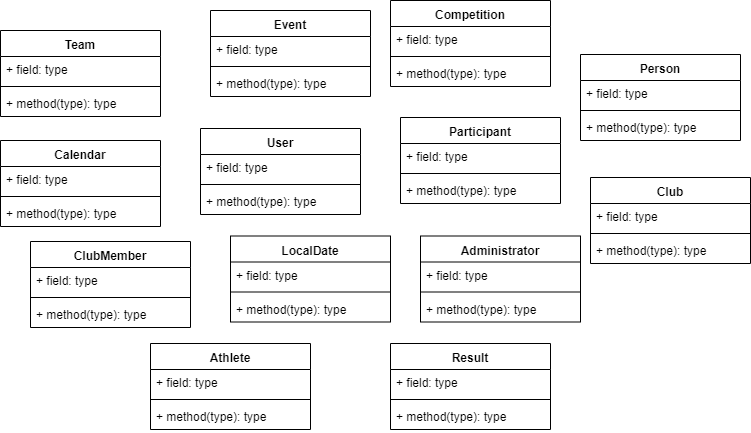
skarning/software-engineering-gr14-project keeps this draw.io diagram as diagrams/class/uml-class-diagram-application.png. Above is the earlier version. Source tidied: cells renumbered, new cells last; positions are measured from the earlier drawing's top-left corner, leaving out a move shared by most shapes.
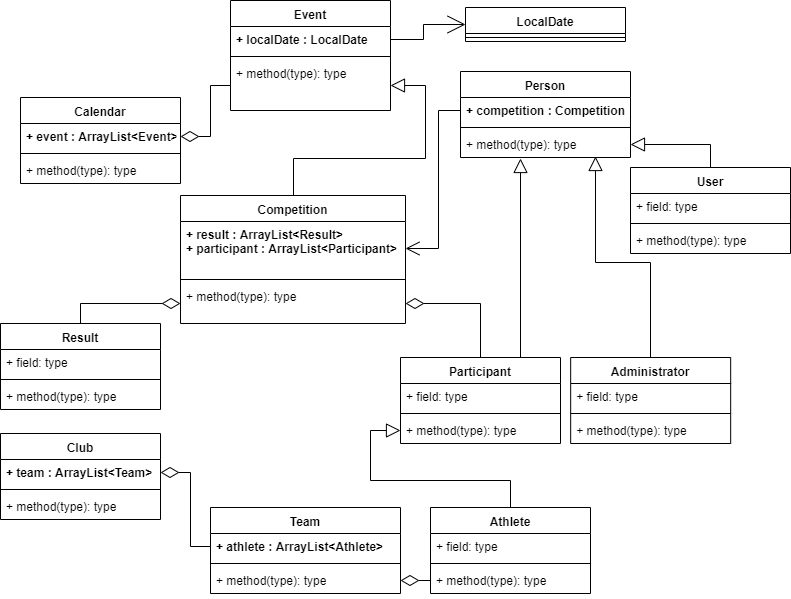
The same diagram one commit later.

Commit message:
Add relations (UML arrows) between classes

so that it gets easier to implement code

Diff of the diagram source:
```diff
@@ -2,8 +2,11 @@
   <root>
     <mxCell id="0" />
     <mxCell id="1" parent="0" />
+    <mxCell id="54" style="edgeStyle=orthogonalEdgeStyle;rounded=0;jettySize=auto;html=1;entryX=1;entryY=0.5;entryDx=0;entryDy=0;startArrow=none;startFill=0;startSize=6;endArrow=block;endFill=0;endSize=12;strokeWidth=1;" parent="1" edge="1" source="2" target="49">
+      <mxGeometry relative="1" as="geometry" />
+    </mxCell>
     <mxCell id="2" value="User" style="swimlane;fontStyle=1;align=center;verticalAlign=top;horizontal=1;startSize=26;" parent="1" vertex="1">
-      <mxGeometry x="200" y="128" width="160" height="86" as="geometry" />
+      <mxGeometry x="610" y="210" width="160" height="86" as="geometry" />
     </mxCell>
     <mxCell id="3" value="+ field: type" style="text;strokeColor=none;fillColor=none;align=left;verticalAlign=top;spacingLeft=4;spacingRight=4;overflow=hidden;" parent="2" vertex="1">
       <mxGeometry y="26" width="160" height="26" as="geometry" />
@@ -14,8 +17,11 @@
     <mxCell id="5" value="+ method(type): type" style="text;strokeColor=none;fillColor=none;align=left;verticalAlign=top;spacingLeft=4;spacingRight=4;overflow=hidden;" parent="2" vertex="1">
       <mxGeometry y="60" width="160" height="26" as="geometry" />
     </mxCell>
+    <mxCell id="55" style="edgeStyle=orthogonalEdgeStyle;rounded=0;jettySize=auto;html=1;exitX=0.5;exitY=0;exitDx=0;exitDy=0;endArrow=block;endFill=0;entryX=0;entryY=0.5;entryDx=0;entryDy=0;endSize=12;" parent="1" edge="1" source="6" target="45">
+      <mxGeometry relative="1" as="geometry" />
+    </mxCell>
     <mxCell id="6" value="Athlete" style="swimlane;fontStyle=1;align=center;verticalAlign=top;horizontal=1;startSize=26;" parent="1" vertex="1">
-      <mxGeometry x="150" y="343" width="160" height="86" as="geometry" />
+      <mxGeometry x="410" y="550" width="160" height="86" as="geometry" />
     </mxCell>
     <mxCell id="7" value="+ field: type" style="text;strokeColor=none;fillColor=none;align=left;verticalAlign=top;spacingLeft=4;spacingRight=4;overflow=hidden;" parent="6" vertex="1">
       <mxGeometry y="26" width="160" height="26" as="geometry" />
@@ -27,9 +33,9 @@
       <mxGeometry y="60" width="160" height="26" as="geometry" />
     </mxCell>
     <mxCell id="10" value="Club" style="swimlane;fontStyle=1;align=center;verticalAlign=top;horizontal=1;startSize=26;" parent="1" vertex="1">
-      <mxGeometry x="590" y="177" width="160" height="86" as="geometry" />
+      <mxGeometry x="-20" y="476" width="160" height="86" as="geometry" />
     </mxCell>
-    <mxCell id="11" value="+ field: type" style="text;strokeColor=none;fillColor=none;align=left;verticalAlign=top;spacingLeft=4;spacingRight=4;overflow=hidden;points=[[0,0.5],[1,0.5]];portConstraint=eastwest;" parent="10" vertex="1">
+    <mxCell id="11" value="+ team : ArrayList&lt;Team&gt;" style="text;strokeColor=none;fillColor=none;align=left;verticalAlign=top;spacingLeft=4;spacingRight=4;overflow=hidden;points=[[0,0.5],[1,0.5]];portConstraint=eastwest;fontStyle=1;" parent="10" vertex="1">
       <mxGeometry y="26" width="160" height="26" as="geometry" />
     </mxCell>
     <mxCell id="12" style="line;strokeWidth=1;fillColor=none;align=left;verticalAlign=middle;spacingTop=-1;spacingLeft=3;spacingRight=3;labelPosition=right;" parent="10" vertex="1">
@@ -38,8 +44,11 @@
     <mxCell id="13" value="+ method(type): type" style="text;strokeColor=none;fillColor=none;align=left;verticalAlign=top;spacingLeft=4;spacingRight=4;overflow=hidden;" parent="10" vertex="1">
       <mxGeometry y="60" width="160" height="26" as="geometry" />
     </mxCell>
+    <mxCell id="56" style="edgeStyle=orthogonalEdgeStyle;rounded=0;jettySize=auto;html=1;exitX=0.5;exitY=0;exitDx=0;exitDy=0;entryX=0.796;entryY=0.962;entryDx=0;entryDy=0;entryPerimeter=0;endArrow=block;endFill=0;endSize=12;" parent="1" edge="1" source="14" target="49">
+      <mxGeometry relative="1" as="geometry" />
+    </mxCell>
     <mxCell id="14" value="Administrator" style="swimlane;fontStyle=1;align=center;verticalAlign=top;horizontal=1;startSize=26;" parent="1" vertex="1">
-      <mxGeometry x="420" y="235.5" width="160" height="86" as="geometry" />
+      <mxGeometry x="550.2" y="400" width="160" height="86" as="geometry" />
     </mxCell>
     <mxCell id="15" value="+ field: type" style="text;strokeColor=none;fillColor=none;align=left;verticalAlign=top;spacingLeft=4;spacingRight=4;overflow=hidden;" parent="14" vertex="1">
       <mxGeometry y="26" width="160" height="26" as="geometry" />
@@ -53,7 +62,7 @@
     <mxCell id="18" value="Calendar" style="swimlane;fontStyle=1;align=center;verticalAlign=top;horizontal=1;startSize=26;" parent="1" vertex="1">
       <mxGeometry y="140" width="160" height="86" as="geometry" />
     </mxCell>
-    <mxCell id="19" value="+ field: type" style="text;strokeColor=none;fillColor=none;align=left;verticalAlign=top;spacingLeft=4;spacingRight=4;overflow=hidden;points=[[0,0.5],[1,0.5]];portConstraint=eastwest;" parent="18" vertex="1">
+    <mxCell id="19" value="+ event : ArrayList&lt;Event&gt;" style="text;strokeColor=none;fillColor=none;align=left;verticalAlign=top;spacingLeft=4;spacingRight=4;overflow=hidden;points=[[0,0.5],[1,0.5]];portConstraint=eastwest;fontStyle=1;" parent="18" vertex="1">
       <mxGeometry y="26" width="160" height="26" as="geometry" />
     </mxCell>
     <mxCell id="20" style="line;strokeWidth=1;fillColor=none;align=left;verticalAlign=middle;spacingTop=-1;spacingLeft=3;spacingRight=3;labelPosition=right;" parent="18" vertex="1">
@@ -63,67 +72,60 @@
       <mxGeometry y="60" width="160" height="26" as="geometry" />
     </mxCell>
     <mxCell id="22" value="Event" style="swimlane;fontStyle=1;align=center;verticalAlign=top;horizontal=1;startSize=26;" parent="1" vertex="1">
-      <mxGeometry x="210" y="10" width="160" height="86" as="geometry" />
+      <mxGeometry x="210" y="43" width="160" height="110" as="geometry" />
     </mxCell>
-    <mxCell id="23" value="+ field: type" style="text;strokeColor=none;fillColor=none;align=left;verticalAlign=top;spacingLeft=4;spacingRight=4;overflow=hidden;points=[[0,0.5],[1,0.5]];portConstraint=eastwest;" parent="22" vertex="1">
+    <mxCell id="23" value="+ localDate : LocalDate" style="text;strokeColor=none;fillColor=none;align=left;verticalAlign=top;spacingLeft=4;spacingRight=4;overflow=hidden;points=[[0,0.5],[1,0.5]];portConstraint=eastwest;fontStyle=1;" parent="22" vertex="1">
       <mxGeometry y="26" width="160" height="26" as="geometry" />
     </mxCell>
     <mxCell id="24" style="line;strokeWidth=1;fillColor=none;align=left;verticalAlign=middle;spacingTop=-1;spacingLeft=3;spacingRight=3;labelPosition=right;" parent="22" vertex="1">
       <mxGeometry y="52" width="160" height="8" as="geometry" />
     </mxCell>
     <mxCell id="25" value="+ method(type): type" style="text;strokeColor=none;fillColor=none;align=left;verticalAlign=top;spacingLeft=4;spacingRight=4;overflow=hidden;points=[[0,0.5],[1,0.5]];portConstraint=eastwest;" parent="22" vertex="1">
-      <mxGeometry y="60" width="160" height="26" as="geometry" />
+      <mxGeometry y="60" width="160" height="50" as="geometry" />
     </mxCell>
-    <mxCell id="26" value="ClubMember" style="swimlane;fontStyle=1;align=center;verticalAlign=top;horizontal=1;startSize=26;" parent="1" vertex="1">
-      <mxGeometry x="30" y="241" width="160" height="86" as="geometry" />
-    </mxCell>
-    <mxCell id="27" value="+ field: type" style="text;strokeColor=none;fillColor=none;align=left;verticalAlign=top;spacingLeft=4;spacingRight=4;overflow=hidden;" parent="26" vertex="1">
-      <mxGeometry y="26" width="160" height="26" as="geometry" />
-    </mxCell>
-    <mxCell id="28" style="line;strokeWidth=1;fillColor=none;align=left;verticalAlign=middle;spacingTop=-1;spacingLeft=3;spacingRight=3;labelPosition=right;" parent="26" vertex="1">
-      <mxGeometry y="52" width="160" height="8" as="geometry" />
-    </mxCell>
-    <mxCell id="29" value="+ method(type): type" style="text;strokeColor=none;fillColor=none;align=left;verticalAlign=top;spacingLeft=4;spacingRight=4;overflow=hidden;" parent="26" vertex="1">
-      <mxGeometry y="60" width="160" height="26" as="geometry" />
-    </mxCell>
     <mxCell id="30" value="Team" style="swimlane;fontStyle=1;align=center;verticalAlign=top;horizontal=1;startSize=26;" parent="1" vertex="1">
-      <mxGeometry y="30" width="160" height="86" as="geometry" />
+      <mxGeometry x="190" y="550" width="190" height="86" as="geometry" />
     </mxCell>
-    <mxCell id="31" value="+ field: type" style="text;strokeColor=none;fillColor=none;align=left;verticalAlign=top;spacingLeft=4;spacingRight=4;overflow=hidden;points=[[0,0.5],[1,0.5]];portConstraint=eastwest;" parent="30" vertex="1">
-      <mxGeometry y="26" width="160" height="26" as="geometry" />
+    <mxCell id="31" value="+ athlete : ArrayList&lt;Athlete&gt;" style="text;strokeColor=none;fillColor=none;align=left;verticalAlign=top;spacingLeft=4;spacingRight=4;overflow=hidden;points=[[0,0.5],[1,0.5]];portConstraint=eastwest;fontStyle=1;" parent="30" vertex="1">
+      <mxGeometry y="26" width="190" height="26" as="geometry" />
     </mxCell>
     <mxCell id="32" style="line;strokeWidth=1;fillColor=none;align=left;verticalAlign=middle;spacingTop=-1;spacingLeft=3;spacingRight=3;labelPosition=right;" parent="30" vertex="1">
-      <mxGeometry y="52" width="160" height="8" as="geometry" />
+      <mxGeometry y="52" width="190" height="8" as="geometry" />
     </mxCell>
     <mxCell id="33" value="+ method(type): type" style="text;strokeColor=none;fillColor=none;align=left;verticalAlign=top;spacingLeft=4;spacingRight=4;overflow=hidden;points=[[0,0.5],[1,0.5]];portConstraint=eastwest;" parent="30" vertex="1">
-      <mxGeometry y="60" width="160" height="26" as="geometry" />
+      <mxGeometry y="60" width="190" height="26" as="geometry" />
     </mxCell>
     <mxCell id="34" value="LocalDate" style="swimlane;fontStyle=1;align=center;verticalAlign=top;horizontal=1;startSize=26;" parent="1" vertex="1">
-      <mxGeometry x="230" y="235.5" width="160" height="86" as="geometry" />
+      <mxGeometry x="445" y="50" width="160" height="34" as="geometry" />
     </mxCell>
-    <mxCell id="35" value="+ field: type" style="text;strokeColor=none;fillColor=none;align=left;verticalAlign=top;spacingLeft=4;spacingRight=4;overflow=hidden;" parent="34" vertex="1">
-      <mxGeometry y="26" width="160" height="26" as="geometry" />
-    </mxCell>
     <mxCell id="36" style="line;strokeWidth=1;fillColor=none;align=left;verticalAlign=middle;spacingTop=-1;spacingLeft=3;spacingRight=3;labelPosition=right;" parent="34" vertex="1">
-      <mxGeometry y="52" width="160" height="8" as="geometry" />
+      <mxGeometry y="26" width="160" height="8" as="geometry" />
     </mxCell>
-    <mxCell id="37" value="+ method(type): type" style="text;strokeColor=none;fillColor=none;align=left;verticalAlign=top;spacingLeft=4;spacingRight=4;overflow=hidden;" parent="34" vertex="1">
-      <mxGeometry y="60" width="160" height="26" as="geometry" />
-    </mxCell>
+    <mxCell id="57" style="edgeStyle=orthogonalEdgeStyle;rounded=0;jettySize=auto;html=1;exitX=0.5;exitY=0;exitDx=0;exitDy=0;entryX=1;entryY=0.5;entryDx=0;entryDy=0;startArrow=none;startFill=0;startSize=6;endArrow=block;endFill=0;endSize=12;strokeWidth=1;" parent="1" edge="1" source="38" target="25">
+      <mxGeometry relative="1" as="geometry" />
+    </mxCell>
     <mxCell id="38" value="Competition" style="swimlane;fontStyle=1;align=center;verticalAlign=top;horizontal=1;startSize=26;" parent="1" vertex="1">
-      <mxGeometry x="390" width="160" height="86" as="geometry" />
+      <mxGeometry x="160" y="238" width="225" height="128" as="geometry" />
     </mxCell>
-    <mxCell id="39" value="+ field: type" style="text;strokeColor=none;fillColor=none;align=left;verticalAlign=top;spacingLeft=4;spacingRight=4;overflow=hidden;points=[[0,0.5],[1,0.5]];portConstraint=eastwest;" parent="38" vertex="1">
-      <mxGeometry y="26" width="160" height="26" as="geometry" />
+    <mxCell id="39" value="+ result : ArrayList&lt;Result&gt;&#10;+ participant : ArrayList&lt;Participant&gt;&#10;" style="text;strokeColor=none;fillColor=none;align=left;verticalAlign=top;spacingLeft=4;spacingRight=4;overflow=hidden;points=[[0,0.5],[1,0.5]];portConstraint=eastwest;fontStyle=1;" parent="38" vertex="1">
+      <mxGeometry y="26" width="225" height="54" as="geometry" />
     </mxCell>
     <mxCell id="40" style="line;strokeWidth=1;fillColor=none;align=left;verticalAlign=middle;spacingTop=-1;spacingLeft=3;spacingRight=3;labelPosition=right;" parent="38" vertex="1">
-      <mxGeometry y="52" width="160" height="8" as="geometry" />
+      <mxGeometry y="80" width="225" height="8" as="geometry" />
     </mxCell>
     <mxCell id="41" value="+ method(type): type" style="text;strokeColor=none;fillColor=none;align=left;verticalAlign=top;spacingLeft=4;spacingRight=4;overflow=hidden;points=[[0,0.5],[1,0.5]];portConstraint=eastwest;" parent="38" vertex="1">
-      <mxGeometry y="60" width="160" height="26" as="geometry" />
+      <mxGeometry y="88" width="225" height="40" as="geometry" />
     </mxCell>
+    <mxCell id="58" style="edgeStyle=orthogonalEdgeStyle;rounded=0;jettySize=auto;html=1;exitX=0.75;exitY=0;exitDx=0;exitDy=0;endArrow=block;endFill=0;endSize=12;" parent="1" edge="1" source="42">
+      <mxGeometry relative="1" as="geometry">
+        <mxPoint x="500" y="201" as="targetPoint" />
+      </mxGeometry>
+    </mxCell>
+    <mxCell id="59" style="edgeStyle=orthogonalEdgeStyle;rounded=0;jettySize=auto;html=1;exitX=0.5;exitY=0;exitDx=0;exitDy=0;entryX=1;entryY=0.5;entryDx=0;entryDy=0;startArrow=none;startFill=0;startSize=6;endArrow=diamondThin;endFill=0;endSize=16;strokeWidth=1;" parent="1" edge="1" source="42" target="41">
+      <mxGeometry relative="1" as="geometry" />
+    </mxCell>
     <mxCell id="42" value="Participant" style="swimlane;fontStyle=1;align=center;verticalAlign=top;horizontal=1;startSize=26;" parent="1" vertex="1">
-      <mxGeometry x="400" y="117" width="160" height="86" as="geometry" />
+      <mxGeometry x="380" y="400" width="160" height="86" as="geometry" />
     </mxCell>
     <mxCell id="43" value="+ field: type" style="text;strokeColor=none;fillColor=none;align=left;verticalAlign=top;spacingLeft=4;spacingRight=4;overflow=hidden;" parent="42" vertex="1">
       <mxGeometry y="26" width="160" height="26" as="geometry" />
@@ -135,19 +137,22 @@
       <mxGeometry y="60" width="160" height="26" as="geometry" />
     </mxCell>
     <mxCell id="46" value="Person" style="swimlane;fontStyle=1;align=center;verticalAlign=top;horizontal=1;startSize=26;" parent="1" vertex="1">
-      <mxGeometry x="580" y="54" width="160" height="86" as="geometry" />
+      <mxGeometry x="440" y="114" width="170" height="86" as="geometry" />
     </mxCell>
-    <mxCell id="47" value="+ field: type" style="text;strokeColor=none;fillColor=none;align=left;verticalAlign=top;spacingLeft=4;spacingRight=4;overflow=hidden;points=[[0,0.5],[1,0.5]];portConstraint=eastwest;" parent="46" vertex="1">
-      <mxGeometry y="26" width="160" height="26" as="geometry" />
+    <mxCell id="47" value="+ competition : Competition" style="text;strokeColor=none;fillColor=none;align=left;verticalAlign=top;spacingLeft=4;spacingRight=4;overflow=hidden;points=[[0,0.5],[1,0.5]];portConstraint=eastwest;fontStyle=1;" parent="46" vertex="1">
+      <mxGeometry y="26" width="170" height="26" as="geometry" />
     </mxCell>
     <mxCell id="48" style="line;strokeWidth=1;fillColor=none;align=left;verticalAlign=middle;spacingTop=-1;spacingLeft=3;spacingRight=3;labelPosition=right;" parent="46" vertex="1">
-      <mxGeometry y="52" width="160" height="8" as="geometry" />
+      <mxGeometry y="52" width="170" height="8" as="geometry" />
     </mxCell>
     <mxCell id="49" value="+ method(type): type" style="text;strokeColor=none;fillColor=none;align=left;verticalAlign=top;spacingLeft=4;spacingRight=4;overflow=hidden;points=[[0,0.5],[1,0.5]];portConstraint=eastwest;" parent="46" vertex="1">
-      <mxGeometry y="60" width="160" height="26" as="geometry" />
+      <mxGeometry y="60" width="170" height="26" as="geometry" />
     </mxCell>
+    <mxCell id="60" style="edgeStyle=orthogonalEdgeStyle;rounded=0;jettySize=auto;html=1;exitX=0.5;exitY=0;exitDx=0;exitDy=0;entryX=0;entryY=0.5;entryDx=0;entryDy=0;endArrow=diamondThin;endFill=0;endSize=16;startSize=6;startArrow=none;startFill=0;" parent="1" edge="1" source="50" target="41">
+      <mxGeometry relative="1" as="geometry" />
+    </mxCell>
     <mxCell id="50" value="Result" style="swimlane;fontStyle=1;align=center;verticalAlign=top;horizontal=1;startSize=26;" parent="1" vertex="1">
-      <mxGeometry x="390" y="343" width="160" height="86" as="geometry" />
+      <mxGeometry x="-20" y="366" width="160" height="86" as="geometry" />
     </mxCell>
     <mxCell id="51" value="+ field: type" style="text;strokeColor=none;fillColor=none;align=left;verticalAlign=top;spacingLeft=4;spacingRight=4;overflow=hidden;" parent="50" vertex="1">
       <mxGeometry y="26" width="160" height="26" as="geometry" />
@@ -158,5 +163,20 @@
     <mxCell id="53" value="+ method(type): type" style="text;strokeColor=none;fillColor=none;align=left;verticalAlign=top;spacingLeft=4;spacingRight=4;overflow=hidden;" parent="50" vertex="1">
       <mxGeometry y="60" width="160" height="26" as="geometry" />
     </mxCell>
+    <mxCell id="61" style="edgeStyle=orthogonalEdgeStyle;rounded=0;jettySize=auto;html=1;exitX=0;exitY=0.5;exitDx=0;exitDy=0;entryX=1;entryY=0.5;entryDx=0;entryDy=0;endArrow=diamondThin;endFill=0;endSize=16;" parent="1" edge="1" source="9" target="33">
+      <mxGeometry relative="1" as="geometry" />
+    </mxCell>
+    <mxCell id="62" style="edgeStyle=orthogonalEdgeStyle;rounded=0;jettySize=auto;html=1;exitX=0;exitY=0.5;exitDx=0;exitDy=0;entryX=1;entryY=0.5;entryDx=0;entryDy=0;startSize=6;endArrow=open;endFill=0;endSize=12;" parent="1" edge="1" source="47" target="39">
+      <mxGeometry relative="1" as="geometry" />
+    </mxCell>
+    <mxCell id="63" style="edgeStyle=orthogonalEdgeStyle;rounded=0;jettySize=auto;html=1;exitX=0;exitY=0.5;exitDx=0;exitDy=0;entryX=1;entryY=0.5;entryDx=0;entryDy=0;startArrow=none;startFill=0;startSize=6;endArrow=diamondThin;endFill=0;endSize=16;strokeWidth=1;" parent="1" edge="1" source="25" target="19">
+      <mxGeometry relative="1" as="geometry" />
+    </mxCell>
+    <mxCell id="64" style="edgeStyle=orthogonalEdgeStyle;rounded=0;jettySize=auto;html=1;exitX=0;exitY=0.5;exitDx=0;exitDy=0;entryX=1;entryY=0.5;entryDx=0;entryDy=0;startArrow=none;startFill=0;startSize=6;endArrow=diamondThin;endFill=0;endSize=16;strokeWidth=1;" parent="1" edge="1" source="31" target="11">
+      <mxGeometry relative="1" as="geometry" />
+    </mxCell>
+    <mxCell id="65" style="edgeStyle=orthogonalEdgeStyle;rounded=0;jettySize=auto;html=1;exitX=1;exitY=0.5;exitDx=0;exitDy=0;entryX=0;entryY=0.5;entryDx=0;entryDy=0;startArrow=none;startFill=0;startSize=6;endArrow=open;endFill=0;endSize=16;strokeWidth=1;" parent="1" edge="1" source="23" target="34">
+      <mxGeometry relative="1" as="geometry" />
+    </mxCell>
   </root>
 </mxGraphModel>
```
